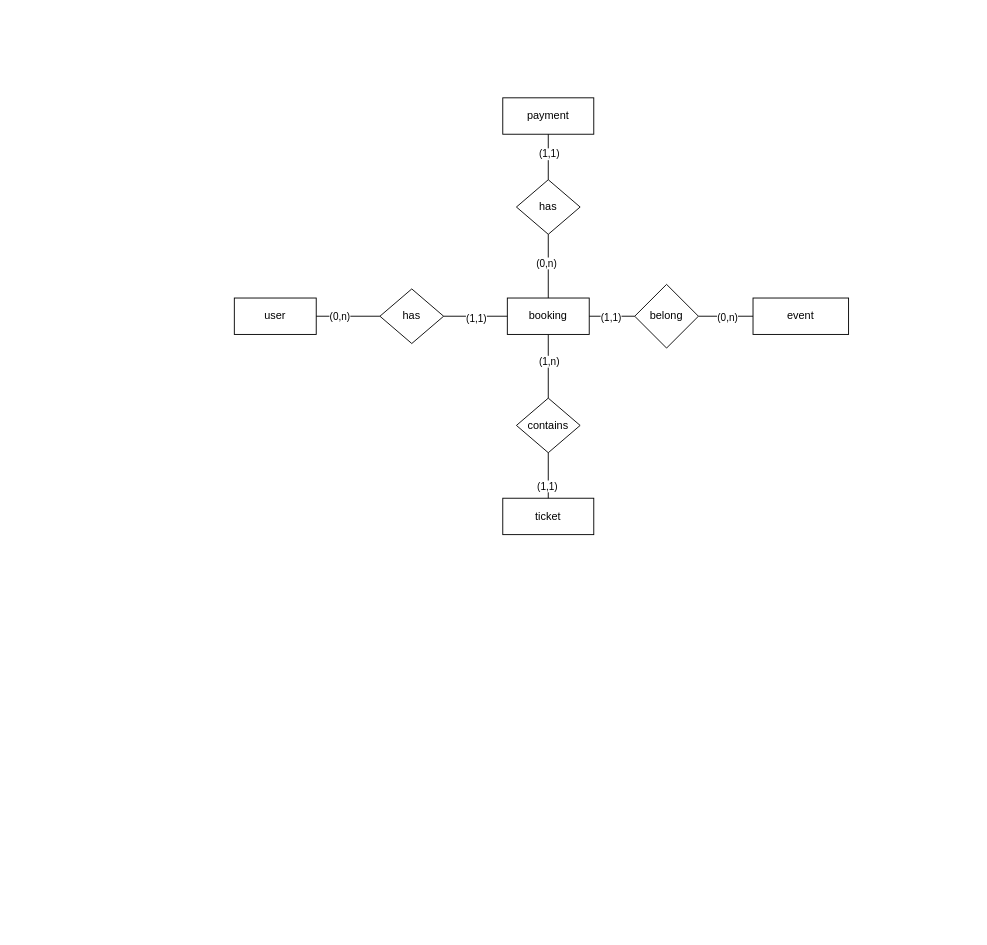
Cuongzip/event-booking-api keeps this draw.io diagram as docs/erd.drawio. Above is the earlier version. Source tidied: cells renumbered, new cells numbered last; positions are measured from the earlier drawing's top-left corner, leaving out a move shared by most shapes. Both pictures are drawn from the tidied source at 91%, with x=0, y=0 at pixel (234, 97).
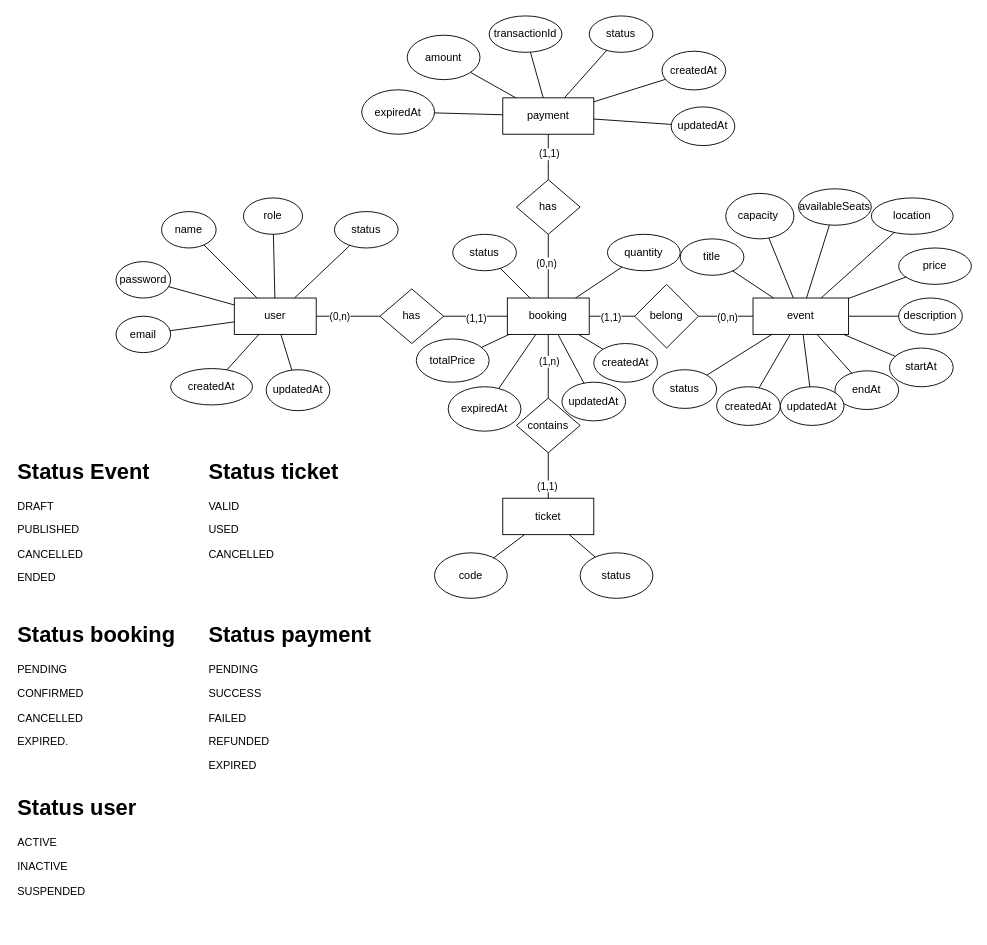
After the change.

Unchanged cells that the change refers to:
```xml
<mxCell id="2" value="user" style="rounded=0;whiteSpace=wrap;html=1;" parent="1" vertex="1">
  <mxGeometry y="220" width="90" height="40" as="geometry" />
</mxCell>
<mxCell id="3" value="event" style="rounded=0;whiteSpace=wrap;html=1;" parent="1" vertex="1">
  <mxGeometry x="570" y="220" width="105" height="40" as="geometry" />
</mxCell>
<mxCell id="4" value="ticket" style="rounded=0;whiteSpace=wrap;html=1;" parent="1" vertex="1">
  <mxGeometry x="295" y="440" width="100" height="40" as="geometry" />
</mxCell>
<mxCell id="14" value="booking" style="rounded=0;whiteSpace=wrap;html=1;" parent="1" vertex="1">
  <mxGeometry x="300" y="220" width="90" height="40" as="geometry" />
</mxCell>
<mxCell id="24" value="payment" style="rounded=0;whiteSpace=wrap;html=1;" parent="1" vertex="1">
  <mxGeometry x="295" width="100" height="40" as="geometry" />
</mxCell>
```

The edit, as a diff of the source:
```diff
@@
+    <mxCell id="27" value="name" style="ellipse;whiteSpace=wrap;html=1;" parent="1" vertex="1">
+      <mxGeometry x="-80" y="125" width="60" height="40" as="geometry" />
+    </mxCell>
+    <mxCell id="28" style="endArrow=none;html=1;rounded=0;" parent="1" edge="1" source="27" target="2">
+      <mxGeometry relative="1" as="geometry" />
+    </mxCell>
+    <mxCell id="29" value="password" style="ellipse;whiteSpace=wrap;html=1;" parent="1" vertex="1">
+      <mxGeometry x="-130" y="180" width="60" height="40" as="geometry" />
+    </mxCell>
+    <mxCell id="30" style="endArrow=none;html=1;rounded=0;" parent="1" edge="1" source="29" target="2">
+      <mxGeometry relative="1" as="geometry" />
+    </mxCell>
+    <mxCell id="31" value="email" style="ellipse;whiteSpace=wrap;html=1;" parent="1" vertex="1">
+      <mxGeometry x="-130" y="240" width="60" height="40" as="geometry" />
+    </mxCell>
+    <mxCell id="32" style="endArrow=none;html=1;rounded=0;" parent="1" edge="1" source="2" target="31">
+      <mxGeometry relative="1" as="geometry" />
+    </mxCell>
+    <mxCell id="33" value="createdAt" style="ellipse;whiteSpace=wrap;html=1;" parent="1" vertex="1">
+      <mxGeometry x="-70" y="297.5" width="90" height="40" as="geometry" />
+    </mxCell>
+    <mxCell id="34" style="endArrow=none;html=1;rounded=0;" parent="1" edge="1" source="2" target="33">
+      <mxGeometry relative="1" as="geometry" />
+    </mxCell>
+    <mxCell id="35" value="role" style="ellipse;whiteSpace=wrap;html=1;" parent="1" vertex="1">
+      <mxGeometry x="10" y="110" width="65" height="40" as="geometry" />
+    </mxCell>
+    <mxCell id="36" style="endArrow=none;html=1;rounded=0;" parent="1" edge="1" source="35" target="2">
+      <mxGeometry relative="1" as="geometry" />
+    </mxCell>
+    <mxCell id="37" value="status" style="ellipse;whiteSpace=wrap;html=1;" parent="1" vertex="1">
+      <mxGeometry x="110" y="125" width="70" height="40" as="geometry" />
+    </mxCell>
+    <mxCell id="38" style="endArrow=none;html=1;rounded=0;" parent="1" edge="1" source="2" target="37">
+      <mxGeometry relative="1" as="geometry" />
+    </mxCell>
+    <mxCell id="39" value="location" style="ellipse;whiteSpace=wrap;html=1;" parent="1" vertex="1">
+      <mxGeometry x="700" y="110" width="90" height="40" as="geometry" />
+    </mxCell>
+    <mxCell id="40" style="endArrow=none;html=1;rounded=0;" parent="1" edge="1" source="3" target="39">
+      <mxGeometry relative="1" as="geometry" />
+    </mxCell>
+    <mxCell id="41" value="availableSeats" style="ellipse;whiteSpace=wrap;html=1;" parent="1" vertex="1">
+      <mxGeometry x="620" y="100" width="80" height="40" as="geometry" />
+    </mxCell>
+    <mxCell id="42" style="endArrow=none;html=1;rounded=0;" parent="1" edge="1" source="3" target="41">
+      <mxGeometry relative="1" as="geometry" />
+    </mxCell>
+    <mxCell id="43" value="price" style="ellipse;whiteSpace=wrap;html=1;" parent="1" vertex="1">
+      <mxGeometry x="730" y="165" width="80" height="40" as="geometry" />
+    </mxCell>
+    <mxCell id="44" style="endArrow=none;html=1;rounded=0;" parent="1" edge="1" source="3" target="43">
+      <mxGeometry relative="1" as="geometry" />
+    </mxCell>
+    <mxCell id="45" value="quantity" style="ellipse;whiteSpace=wrap;html=1;" parent="1" vertex="1">
+      <mxGeometry x="410" y="150" width="80" height="40" as="geometry" />
+    </mxCell>
+    <mxCell id="46" style="endArrow=none;html=1;rounded=0;" parent="1" edge="1" source="45" target="14">
+      <mxGeometry relative="1" as="geometry" />
+    </mxCell>
+    <mxCell id="47" value="status" style="ellipse;whiteSpace=wrap;html=1;" parent="1" vertex="1">
+      <mxGeometry x="240" y="150" width="70" height="40" as="geometry" />
+    </mxCell>
+    <mxCell id="48" style="endArrow=none;html=1;rounded=0;" parent="1" edge="1" source="47" target="14">
+      <mxGeometry relative="1" as="geometry" />
+    </mxCell>
+    <mxCell id="49" value="status" style="ellipse;whiteSpace=wrap;html=1;" parent="1" vertex="1">
+      <mxGeometry x="390" y="-90" width="70" height="40" as="geometry" />
+    </mxCell>
+    <mxCell id="50" style="endArrow=none;html=1;rounded=0;" parent="1" edge="1" source="49" target="24">
+      <mxGeometry relative="1" as="geometry" />
+    </mxCell>
+    <mxCell id="51" value="transactionId" style="ellipse;whiteSpace=wrap;html=1;" parent="1" vertex="1">
+      <mxGeometry x="280" y="-90" width="80" height="40" as="geometry" />
+    </mxCell>
+    <mxCell id="52" style="endArrow=none;html=1;rounded=0;" parent="1" edge="1" source="51" target="24">
+      <mxGeometry relative="1" as="geometry" />
+    </mxCell>
+    <mxCell id="53" value="updatedAt" style="ellipse;whiteSpace=wrap;html=1;" parent="1" vertex="1">
+      <mxGeometry x="35" y="298.8" width="70" height="45" as="geometry" />
+    </mxCell>
+    <mxCell id="54" style="endArrow=none;html=1;rounded=0;" parent="1" edge="1" source="2" target="53">
+      <mxGeometry relative="1" as="geometry" />
+    </mxCell>
+    <mxCell id="55" value="title" style="ellipse;whiteSpace=wrap;html=1;" parent="1" vertex="1">
+      <mxGeometry x="490" y="155" width="70" height="40" as="geometry" />
+    </mxCell>
+    <mxCell id="56" style="endArrow=none;html=1;rounded=0;" parent="1" edge="1" source="55" target="3">
+      <mxGeometry relative="1" as="geometry" />
+    </mxCell>
+    <mxCell id="57" value="description" style="ellipse;whiteSpace=wrap;html=1;" parent="1" vertex="1">
+      <mxGeometry x="730" y="220" width="70" height="40" as="geometry" />
+    </mxCell>
+    <mxCell id="58" style="endArrow=none;html=1;rounded=0;" parent="1" edge="1" source="3" target="57">
+      <mxGeometry relative="1" as="geometry" />
+    </mxCell>
+    <mxCell id="59" value="startAt" style="ellipse;whiteSpace=wrap;html=1;" parent="1" vertex="1">
+      <mxGeometry x="720" y="275" width="70" height="42.5" as="geometry" />
+    </mxCell>
+    <mxCell id="60" style="endArrow=none;html=1;rounded=0;" parent="1" edge="1" source="3" target="59">
+      <mxGeometry relative="1" as="geometry" />
+    </mxCell>
+    <mxCell id="61" value="endAt" style="ellipse;whiteSpace=wrap;html=1;" parent="1" vertex="1">
+      <mxGeometry x="660" y="300" width="70" height="42.5" as="geometry" />
+    </mxCell>
+    <mxCell id="62" style="endArrow=none;html=1;rounded=0;" parent="1" edge="1" source="3" target="61">
+      <mxGeometry relative="1" as="geometry" />
+    </mxCell>
+    <mxCell id="63" value="status" style="ellipse;whiteSpace=wrap;html=1;" parent="1" vertex="1">
+      <mxGeometry x="460" y="298.8" width="70" height="42.5" as="geometry" />
+    </mxCell>
+    <mxCell id="64" style="endArrow=none;html=1;rounded=0;" parent="1" edge="1" source="3" target="63">
+      <mxGeometry relative="1" as="geometry" />
+    </mxCell>
+    <mxCell id="65" value="capacity&amp;nbsp;" style="ellipse;whiteSpace=wrap;html=1;" parent="1" vertex="1">
+      <mxGeometry x="540" y="105" width="75" height="50" as="geometry" />
+    </mxCell>
+    <mxCell id="66" style="endArrow=none;html=1;rounded=0;" parent="1" edge="1" source="3" target="65">
+      <mxGeometry relative="1" as="geometry" />
+    </mxCell>
+    <mxCell id="67" value="createdAt" style="ellipse;whiteSpace=wrap;html=1;" parent="1" vertex="1">
+      <mxGeometry x="530" y="317.5" width="70" height="42.5" as="geometry" />
+    </mxCell>
+    <mxCell id="68" value="updatedAt" style="ellipse;whiteSpace=wrap;html=1;" parent="1" vertex="1">
+      <mxGeometry x="600" y="317.5" width="70" height="42.5" as="geometry" />
+    </mxCell>
+    <mxCell id="69" style="endArrow=none;html=1;rounded=0;" parent="1" edge="1" source="3" target="67">
+      <mxGeometry relative="1" as="geometry" />
+    </mxCell>
+    <mxCell id="70" style="endArrow=none;html=1;rounded=0;" parent="1" edge="1" source="3" target="68">
+      <mxGeometry relative="1" as="geometry" />
+    </mxCell>
+    <mxCell id="71" value="totalPrice" style="ellipse;whiteSpace=wrap;html=1;" parent="1" vertex="1">
+      <mxGeometry x="200" y="265" width="80" height="47.5" as="geometry" />
+    </mxCell>
+    <mxCell id="72" style="endArrow=none;html=1;rounded=0;" parent="1" edge="1" source="71" target="14">
+      <mxGeometry relative="1" as="geometry" />
+    </mxCell>
+    <mxCell id="73" value="code" style="ellipse;whiteSpace=wrap;html=1;" parent="1" vertex="1">
+      <mxGeometry x="220" y="500" width="80" height="50" as="geometry" />
+    </mxCell>
+    <mxCell id="74" style="endArrow=none;html=1;rounded=0;" parent="1" edge="1" source="73" target="4">
+      <mxGeometry relative="1" as="geometry" />
+    </mxCell>
+    <mxCell id="75" value="status" style="ellipse;whiteSpace=wrap;html=1;" parent="1" vertex="1">
+      <mxGeometry x="380" y="500" width="80" height="50" as="geometry" />
+    </mxCell>
+    <mxCell id="76" style="endArrow=none;html=1;rounded=0;" parent="1" edge="1" source="4" target="75">
+      <mxGeometry relative="1" as="geometry" />
+    </mxCell>
+    <mxCell id="77" value="createdAt" style="ellipse;whiteSpace=wrap;html=1;" parent="1" vertex="1">
+      <mxGeometry x="395" y="270" width="70" height="42.5" as="geometry" />
+    </mxCell>
+    <mxCell id="78" style="endArrow=none;html=1;rounded=0;" parent="1" edge="1" source="14" target="77">
+      <mxGeometry relative="1" as="geometry" />
+    </mxCell>
+    <mxCell id="79" value="createdAt" style="ellipse;whiteSpace=wrap;html=1;" parent="1" vertex="1">
+      <mxGeometry x="470" y="-51.2" width="70" height="42.5" as="geometry" />
+    </mxCell>
+    <mxCell id="80" value="amount" style="ellipse;whiteSpace=wrap;html=1;" parent="1" vertex="1">
+      <mxGeometry x="190" y="-68.8" width="80" height="48.8" as="geometry" />
+    </mxCell>
+    <mxCell id="81" style="endArrow=none;html=1;rounded=0;" parent="1" edge="1" source="80" target="24">
+      <mxGeometry relative="1" as="geometry" />
+    </mxCell>
+    <mxCell id="82" style="endArrow=none;html=1;rounded=0;" parent="1" edge="1" source="79" target="24">
+      <mxGeometry relative="1" as="geometry" />
+    </mxCell>
+    <mxCell id="83" value="updatedAt" style="ellipse;whiteSpace=wrap;html=1;" parent="1" vertex="1">
+      <mxGeometry x="360" y="312.5" width="70" height="42.5" as="geometry" />
+    </mxCell>
+    <mxCell id="84" style="endArrow=none;html=1;rounded=0;" parent="1" edge="1" source="83" target="14">
+      <mxGeometry relative="1" as="geometry" />
+    </mxCell>
+    <mxCell id="85" value="&lt;h1 style=&quot;margin-top: 0px;&quot;&gt;Status Event&lt;/h1&gt;&lt;p&gt;DRAFT&amp;nbsp;&lt;/p&gt;&lt;p&gt;PUBLISHED&amp;nbsp;&lt;/p&gt;&lt;p&gt;CANCELLED&amp;nbsp;&lt;/p&gt;&lt;p&gt;ENDED&lt;/p&gt;" style="text;html=1;whiteSpace=wrap;overflow=hidden;rounded=0;" parent="1" vertex="1">
+      <mxGeometry x="-240" y="390" width="180" height="160" as="geometry" />
+    </mxCell>
+    <mxCell id="86" value="&lt;h1 style=&quot;margin-top: 0px;&quot;&gt;Status booking&lt;/h1&gt;&lt;p&gt;PENDING&lt;/p&gt;&lt;p&gt;CONFIRMED&lt;/p&gt;&lt;p&gt;CANCELLED&amp;nbsp;&lt;/p&gt;&lt;p&gt;EXPIRED.&lt;/p&gt;" style="text;html=1;whiteSpace=wrap;overflow=hidden;rounded=0;" parent="1" vertex="1">
+      <mxGeometry x="-240" y="570" width="180" height="150" as="geometry" />
+    </mxCell>
+    <mxCell id="87" value="&lt;h1 style=&quot;margin-top: 0px;&quot;&gt;Status ticket&lt;/h1&gt;&lt;p&gt;VALID&lt;/p&gt;&lt;p&gt;USED&lt;/p&gt;&lt;p&gt;CANCELLED&lt;/p&gt;" style="text;html=1;whiteSpace=wrap;overflow=hidden;rounded=0;" parent="1" vertex="1">
+      <mxGeometry x="-30" y="390" width="180" height="150" as="geometry" />
+    </mxCell>
+    <mxCell id="88" value="&lt;h1 style=&quot;margin-top: 0px;&quot;&gt;Status payment&lt;/h1&gt;&lt;p&gt;PENDING&lt;/p&gt;&lt;p&gt;SUCCESS&lt;/p&gt;&lt;p&gt;FAILED&lt;/p&gt;&lt;p&gt;REFUNDED&lt;/p&gt;&lt;p&gt;EXPIRED&lt;/p&gt;" style="text;html=1;whiteSpace=wrap;overflow=hidden;rounded=0;" parent="1" vertex="1">
+      <mxGeometry x="-30" y="570" width="200" height="170" as="geometry" />
+    </mxCell>
+    <mxCell id="89" value="&lt;h1 style=&quot;margin-top: 0px;&quot;&gt;Status user&lt;/h1&gt;&lt;p&gt;ACTIVE&lt;/p&gt;&lt;p&gt;INACTIVE&lt;/p&gt;&lt;p&gt;SUSPENDED&lt;/p&gt;" style="text;html=1;whiteSpace=wrap;overflow=hidden;rounded=0;" parent="1" vertex="1">
+      <mxGeometry x="-240" y="760" width="200" height="150" as="geometry" />
+    </mxCell>
+    <mxCell id="90" value="expiredAt" style="ellipse;whiteSpace=wrap;html=1;" parent="1" vertex="1">
+      <mxGeometry x="140" y="-8.8" width="80" height="48.8" as="geometry" />
+    </mxCell>
+    <mxCell id="91" value="expiredAt" style="ellipse;whiteSpace=wrap;html=1;" parent="1" vertex="1">
+      <mxGeometry x="235" y="317.5" width="80" height="48.8" as="geometry" />
+    </mxCell>
+    <mxCell id="92" style="endArrow=none;html=1;rounded=0;" parent="1" edge="1" source="14" target="91">
+      <mxGeometry relative="1" as="geometry" />
+    </mxCell>
+    <mxCell id="93" style="endArrow=none;html=1;rounded=0;" parent="1" edge="1" source="24" target="90">
+      <mxGeometry relative="1" as="geometry" />
+    </mxCell>
+    <mxCell id="94" value="updatedAt" style="ellipse;whiteSpace=wrap;html=1;" parent="1" vertex="1">
+      <mxGeometry x="480" y="10" width="70" height="42.5" as="geometry" />
+    </mxCell>
+    <mxCell id="95" style="endArrow=none;html=1;rounded=0;" parent="1" edge="1" source="94" target="24">
+      <mxGeometry relative="1" as="geometry" />
+    </mxCell>
```
